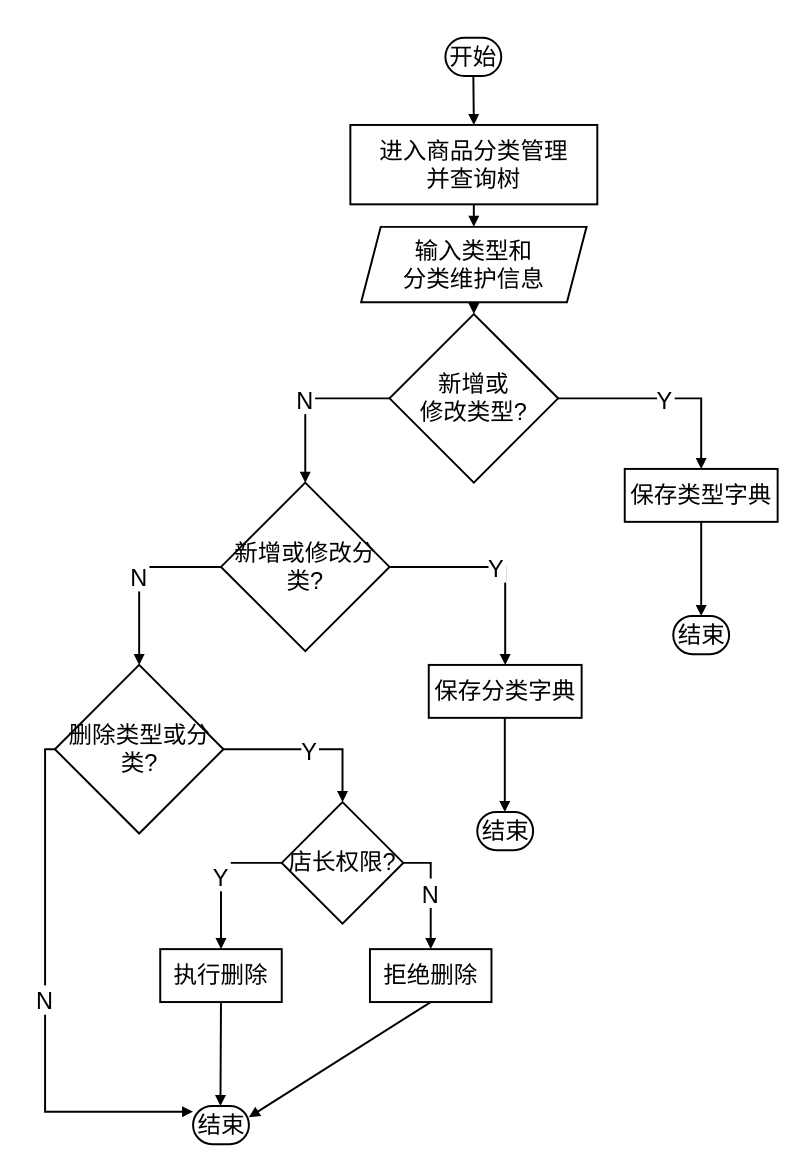
This is 商品分类管理功能流程图.drawio from LichCarlos/darwIo, a draw.io file, before an edit. Source tidied: cells renumbered, new cells numbered last; positions are measured from the earlier drawing's top-left corner, leaving out a move shared by most shapes. Both pictures are drawn from the tidied source at 98%, with x=0, y=0 at pixel (54, 37).
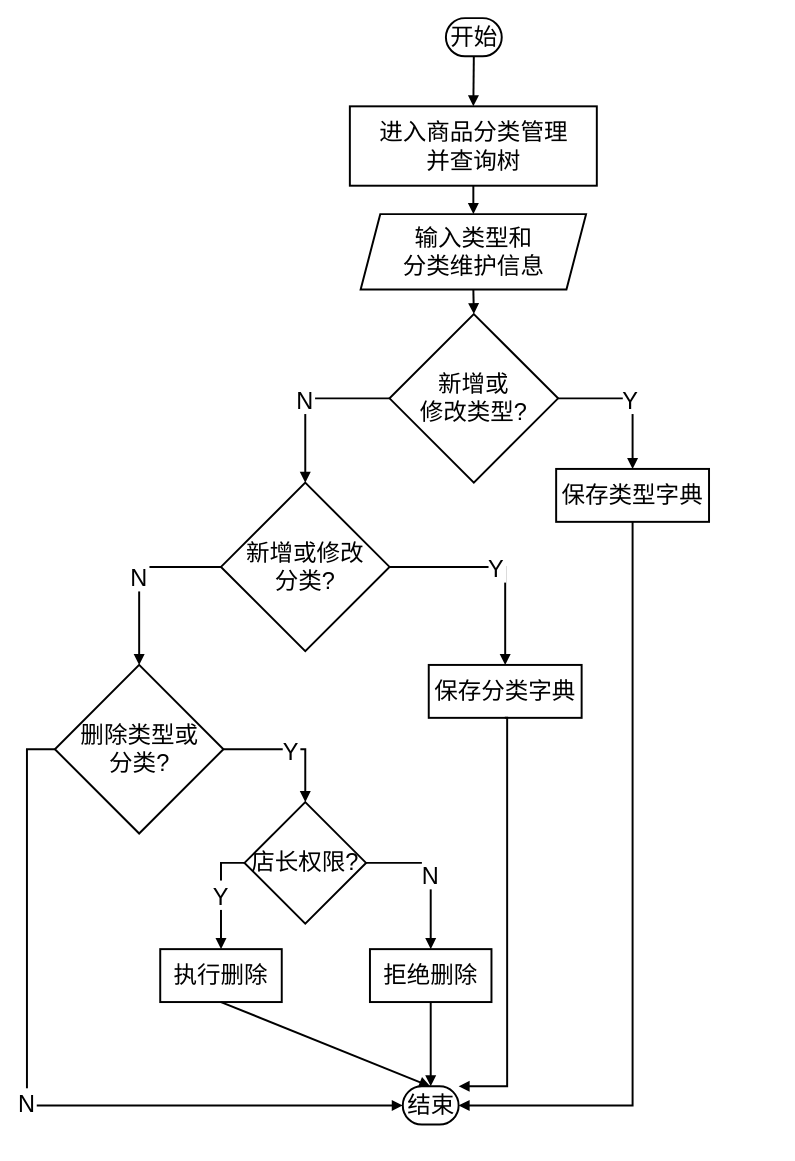
The same diagram, later.

Commit message:
更新商品分类管理功能流程图.drawio

The change refers to these unchanged cells:
```xml
<mxCell id="16" value="拒绝删除" style="whiteSpace=wrap;strokeWidth=2;fontSize=24;" parent="1" vertex="1">
  <mxGeometry x="322" y="930" width="124" height="54" as="geometry" />
</mxCell>
```

Diff of the diagram source:
```diff
@@
     <mxCell id="5" value="开始" style="rounded=1;whiteSpace=wrap;arcSize=50;strokeWidth=2;fontSize=24;" parent="1" vertex="1">
-      <mxGeometry x="399" width="57" height="39" as="geometry" />
+      <mxGeometry x="399.5" y="-20" width="57" height="39" as="geometry" />
     </mxCell>
     <mxCell id="6" value="进入商品分类管理&#10;并查询树" style="whiteSpace=wrap;strokeWidth=2;fontSize=24;" parent="1" vertex="1">
-      <mxGeometry x="302" y="89" width="252" height="81" as="geometry" />
+      <mxGeometry x="301.5" y="70" width="252" height="81" as="geometry" />
     </mxCell>
     <mxCell id="7" value="输入类型和&#10;分类维护信息" style="shape=parallelogram;perimeter=parallelogramPerimeter;fixedSize=1;strokeWidth=2;whiteSpace=wrap;fontSize=24;" parent="1" vertex="1">
-      <mxGeometry x="313" y="193" width="230" height="77" as="geometry" />
+      <mxGeometry x="312.5" y="180" width="230" height="77" as="geometry" />
     </mxCell>
@@
     <mxCell id="9" value="保存类型字典" style="whiteSpace=wrap;strokeWidth=2;fontSize=24;" parent="1" vertex="1">
-      <mxGeometry x="582" y="440" width="156" height="54" as="geometry" />
+      <mxGeometry x="512" y="440" width="156" height="54" as="geometry" />
     </mxCell>
-    <mxCell id="10" value="新增或修改分类?" style="rhombus;strokeWidth=2;whiteSpace=wrap;fontSize=24;" parent="1" vertex="1">
+    <mxCell id="10" value="新增或修改&#10;分类?" style="rhombus;strokeWidth=2;whiteSpace=wrap;fontSize=24;" parent="1" vertex="1">
       <mxGeometry x="170" y="454" width="172" height="172" as="geometry" />
     </mxCell>
@@
-    <mxCell id="12" value="删除类型或分类?" style="rhombus;strokeWidth=2;whiteSpace=wrap;fontSize=24;" parent="1" vertex="1">
+    <mxCell id="12" value="删除类型或&#10;分类?" style="rhombus;strokeWidth=2;whiteSpace=wrap;fontSize=24;" parent="1" vertex="1">
       <mxGeometry x="0.5" y="640" width="172" height="172" as="geometry" />
     </mxCell>
     <mxCell id="13" value="结束" style="rounded=1;whiteSpace=wrap;arcSize=50;strokeWidth=2;fontSize=24;" parent="1" vertex="1">
-      <mxGeometry x="141.5" y="1090" width="57" height="39" as="geometry" />
+      <mxGeometry x="355.5" y="1070" width="57" height="39" as="geometry" />
     </mxCell>
     <mxCell id="14" value="店长权限?" style="rhombus;strokeWidth=2;whiteSpace=wrap;fontSize=24;" parent="1" vertex="1">
-      <mxGeometry x="232" y="780" width="124" height="124" as="geometry" />
+      <mxGeometry x="194" y="780" width="124" height="124" as="geometry" />
     </mxCell>
@@
-    <mxCell id="22" style="startArrow=none;endArrow=block;strokeWidth=2;exitX=0.5;exitY=1;rounded=0;fontSize=24;entryX=0.5;entryY=0;entryDx=0;entryDy=0;" parent="1" edge="1" source="9" target="31">
+    <mxCell id="22" style="startArrow=none;endArrow=block;strokeWidth=2;exitX=0.5;exitY=1;rounded=0;fontSize=24;entryX=1;entryY=0.5;entryDx=0;entryDy=0;edgeStyle=orthogonalEdgeStyle;" parent="1" edge="1" source="9" target="13">
       <mxGeometry relative="1" as="geometry" />
     </mxCell>
@@
-    <mxCell id="25" value="N" style="startArrow=none;endArrow=block;strokeWidth=2;exitX=0;exitY=0.5;entryX=0;entryY=0.15;rounded=0;fontSize=24;edgeStyle=orthogonalEdgeStyle;exitDx=0;exitDy=0;" parent="1" edge="1" source="12" target="13">
-      <mxGeometry relative="1" as="geometry" />
+    <mxCell id="25" value="N" style="startArrow=none;endArrow=block;strokeWidth=2;exitX=0;exitY=0.5;entryX=0;entryY=0.5;rounded=0;fontSize=24;edgeStyle=orthogonalEdgeStyle;exitDx=0;exitDy=0;entryDx=0;entryDy=0;" parent="1" edge="1" source="12" target="13">
+      <mxGeometry relative="1" as="geometry">
+        <Array as="points">
+          <mxPoint x="-28" y="726" />
+          <mxPoint x="-28" y="1090" />
+          <mxPoint x="355" y="1090" />
+        </Array>
+      </mxGeometry>
     </mxCell>
@@
-    <mxCell id="30" style="startArrow=none;endArrow=block;strokeWidth=2;exitX=0.5;exitY=0.99;entryX=0.99;entryY=0.3;rounded=0;fontSize=24;" parent="1" edge="1" source="16" target="13">
+    <mxCell id="30" style="startArrow=none;endArrow=block;strokeWidth=2;exitX=0.5;exitY=0.99;entryX=0.5;entryY=0;rounded=0;fontSize=24;entryDx=0;entryDy=0;" parent="1" edge="1" source="16" target="13">
       <mxGeometry relative="1" as="geometry" />
     </mxCell>
-    <mxCell id="31" value="结束" style="rounded=1;whiteSpace=wrap;arcSize=50;strokeWidth=2;fontSize=24;" parent="1" vertex="1">
-      <mxGeometry x="631.5" y="590" width="57" height="39" as="geometry" />
-    </mxCell>
-    <mxCell id="32" style="startArrow=none;endArrow=block;strokeWidth=2;exitX=0.5;exitY=1;rounded=0;fontSize=24;entryX=0.5;entryY=0;entryDx=0;entryDy=0;" parent="1" edge="1">
+    <mxCell id="32" style="startArrow=none;endArrow=block;strokeWidth=2;exitX=0.5;exitY=1;rounded=0;fontSize=24;entryX=1;entryY=0;entryDx=0;entryDy=0;edgeStyle=orthogonalEdgeStyle;" parent="1" edge="1" target="13">
       <mxGeometry relative="1" as="geometry">
         <mxPoint x="459.6" y="694" as="sourcePoint" />
-        <mxPoint x="459.6" y="790" as="targetPoint" />
+        <Array as="points">
+          <mxPoint x="462" y="694" />
+          <mxPoint x="462" y="1070" />
+        </Array>
       </mxGeometry>
     </mxCell>
-    <mxCell id="33" value="结束" style="rounded=1;whiteSpace=wrap;arcSize=50;strokeWidth=2;fontSize=24;" parent="1" vertex="1">
-      <mxGeometry x="431.5" y="790" width="57" height="39" as="geometry" />
-    </mxCell>
```
